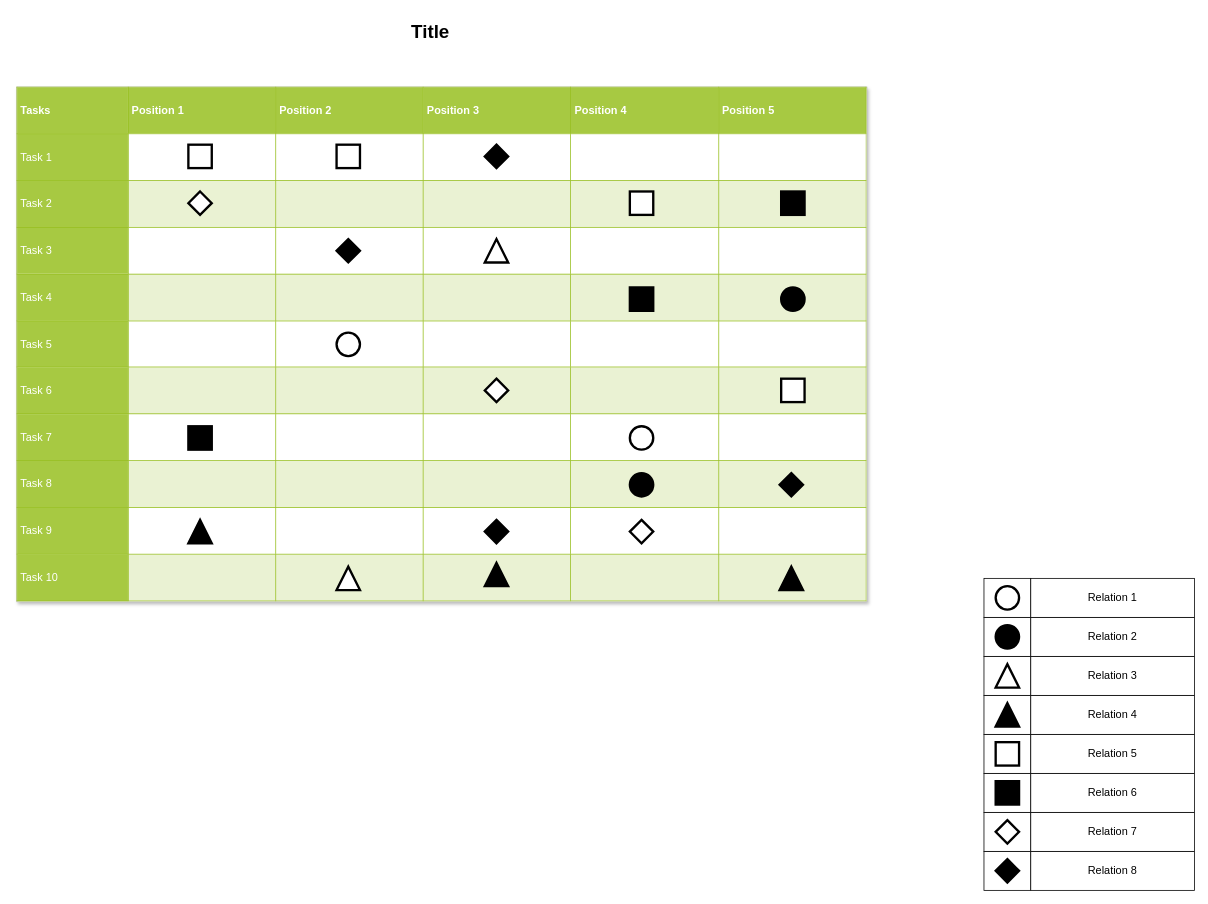
The draw.io diagram Untitled Diagram.drawio in Beal8/Pile-Face, before the edit. Source tidied: cells renumbered, new cells numbered last; positions are measured from the earlier drawing's top-left corner, leaving out a move shared by most shapes. Both pictures are drawn from the tidied source at 78%, with x=0, y=0 at pixel (16, 16).
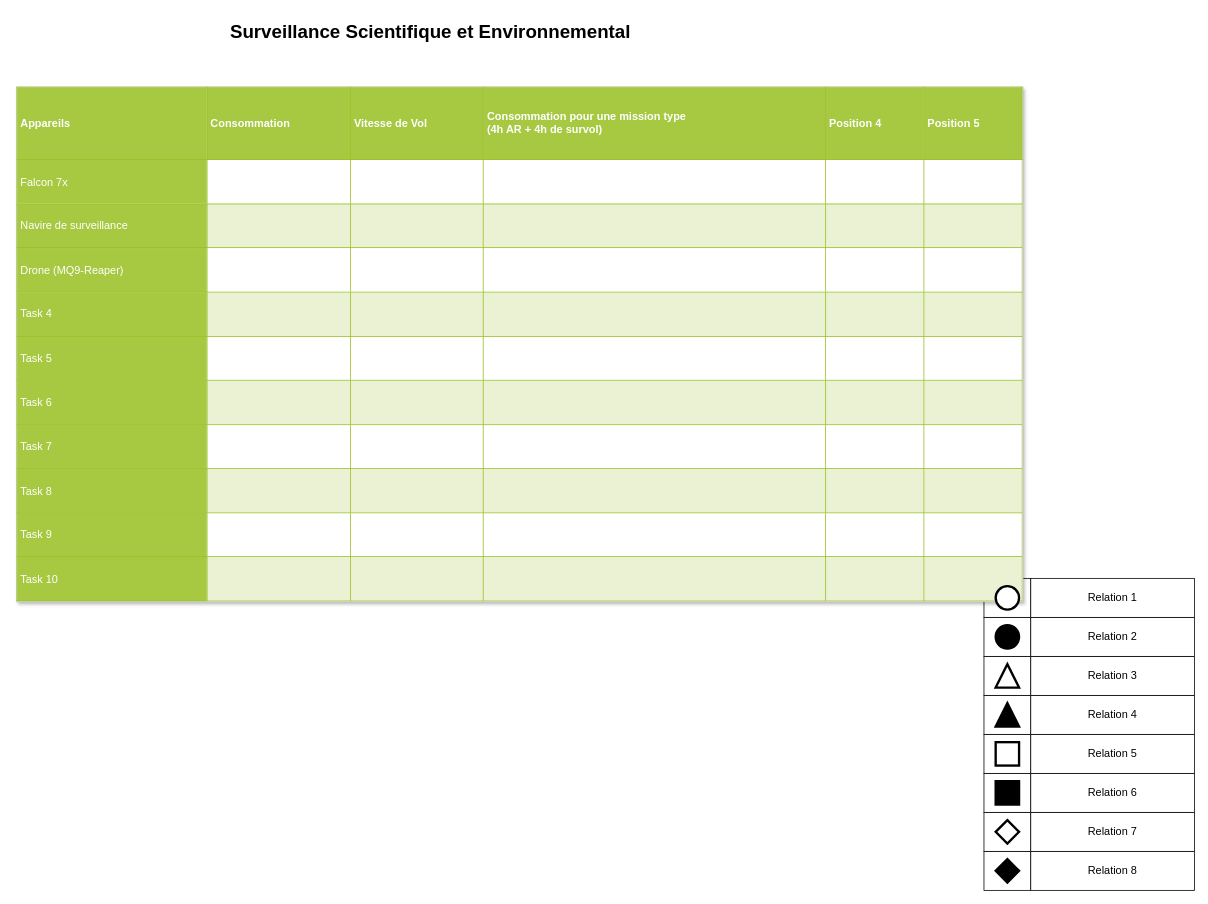
The same diagram, later.

The edit, as a diff of the source:
```diff
@@
-    <mxCell id="19" value="&lt;table border=&quot;1&quot; width=&quot;100%&quot; cellpadding=&quot;4&quot; style=&quot;width: 100% ; height: 100% ; border-collapse: collapse&quot;&gt;&lt;tbody&gt;&lt;tr style=&quot;background-color: #a7c942 ; color: #ffffff ; border: 1px solid #98bf21&quot;&gt;&lt;th&gt;Tasks&lt;/th&gt;&lt;th&gt;Position 1&lt;/th&gt;&lt;th&gt;Position 2&lt;/th&gt;&lt;th&gt;Position 3&lt;/th&gt;&lt;th&gt;Position 4&lt;/th&gt;&lt;th&gt;Position 5&lt;/th&gt;&lt;/tr&gt;&lt;tr style=&quot;border: 1px solid #98bf21&quot;&gt;&lt;td style=&quot;background-color: #a7c942 ; color: #ffffff ; border: 1px solid #98bf21&quot;&gt;Task 1&lt;/td&gt;&lt;td&gt;&lt;/td&gt;&lt;td&gt;&lt;/td&gt;&lt;td&gt;&lt;br&gt;&lt;/td&gt;&lt;td&gt;&lt;br&gt;&lt;/td&gt;&lt;td&gt;&lt;br&gt;&lt;/td&gt;&lt;/tr&gt;&lt;tr style=&quot;background-color: #eaf2d3 ; border: 1px solid #98bf21&quot;&gt;&lt;td style=&quot;background-color: #a7c942 ; color: #ffffff ; border: 1px solid #98bf21&quot;&gt;Task 2&lt;/td&gt;&lt;td&gt;&lt;/td&gt;&lt;td&gt;&lt;/td&gt;&lt;td&gt;&lt;br&gt;&lt;/td&gt;&lt;td&gt;&lt;br&gt;&lt;/td&gt;&lt;td&gt;&lt;br&gt;&lt;/td&gt;&lt;/tr&gt;&lt;tr style=&quot;border: 1px solid #98bf21&quot;&gt;&lt;td style=&quot;background-color: #a7c942 ; color: #ffffff ; border: 1px solid #98bf21&quot;&gt;Task 3&lt;/td&gt;&lt;td&gt;&lt;/td&gt;&lt;td&gt;&lt;/td&gt;&lt;td&gt;&lt;br&gt;&lt;/td&gt;&lt;td&gt;&lt;br&gt;&lt;/td&gt;&lt;td&gt;&lt;br&gt;&lt;/td&gt;&lt;/tr&gt;&lt;tr style=&quot;background-color: #eaf2d3 ; border: 1px solid #98bf21&quot;&gt;&lt;td style=&quot;background-color: #a7c942 ; color: #ffffff ; border: 1px solid #98bf21&quot;&gt;Task 4&lt;/td&gt;&lt;td&gt;&lt;/td&gt;&lt;td&gt;&lt;/td&gt;&lt;td&gt;&lt;br&gt;&lt;/td&gt;&lt;td&gt;&lt;br&gt;&lt;/td&gt;&lt;td&gt;&lt;br&gt;&lt;/td&gt;&lt;/tr&gt;&lt;tr style=&quot;border: 1px solid #98bf21&quot;&gt;&lt;td style=&quot;background-color: #a7c942 ; color: #ffffff ; border: 1px solid #98bf21&quot;&gt;Task 5&lt;br&gt;&lt;/td&gt;&lt;td&gt;&lt;br&gt;&lt;/td&gt;&lt;td&gt;&lt;br&gt;&lt;/td&gt;&lt;td&gt;&lt;br&gt;&lt;/td&gt;&lt;td&gt;&lt;br&gt;&lt;/td&gt;&lt;td&gt;&lt;br&gt;&lt;/td&gt;&lt;/tr&gt;&lt;tr style=&quot;background-color: #eaf2d3 ; border: 1px solid #98bf21&quot;&gt;&lt;td style=&quot;background-color: #a7c942 ; color: #ffffff ; border: 1px solid #98bf21&quot;&gt;Task 6&lt;br&gt;&lt;/td&gt;&lt;td&gt;&lt;br&gt;&lt;/td&gt;&lt;td&gt;&lt;br&gt;&lt;/td&gt;&lt;td&gt;&lt;br&gt;&lt;/td&gt;&lt;td&gt;&lt;br&gt;&lt;/td&gt;&lt;td&gt;&lt;br&gt;&lt;/td&gt;&lt;/tr&gt;&lt;tr style=&quot;border: 1px solid #98bf21&quot;&gt;&lt;td style=&quot;background-color: #a7c942 ; color: #ffffff ; border: 1px solid #98bf21&quot;&gt;Task 7&lt;br&gt;&lt;/td&gt;&lt;td&gt;&lt;br&gt;&lt;/td&gt;&lt;td&gt;&lt;br&gt;&lt;/td&gt;&lt;td&gt;&lt;br&gt;&lt;/td&gt;&lt;td&gt;&lt;br&gt;&lt;/td&gt;&lt;td&gt;&lt;br&gt;&lt;/td&gt;&lt;/tr&gt;&lt;tr style=&quot;background-color: #eaf2d3 ; border: 1px solid #98bf21&quot;&gt;&lt;td style=&quot;background-color: #a7c942 ; color: #ffffff ; border: 1px solid #98bf21&quot;&gt;Task 8&lt;br&gt;&lt;/td&gt;&lt;td&gt;&lt;br&gt;&lt;/td&gt;&lt;td&gt;&lt;br&gt;&lt;/td&gt;&lt;td&gt;&lt;br&gt;&lt;/td&gt;&lt;td&gt;&lt;br&gt;&lt;/td&gt;&lt;td&gt;&lt;br&gt;&lt;/td&gt;&lt;/tr&gt;&lt;tr style=&quot;border: 1px solid #98bf21&quot;&gt;&lt;td style=&quot;background-color: #a7c942 ; color: #ffffff ; border: 1px solid #98bf21&quot;&gt;Task 9&lt;br&gt;&lt;/td&gt;&lt;td&gt;&lt;br&gt;&lt;/td&gt;&lt;td&gt;&lt;br&gt;&lt;/td&gt;&lt;td&gt;&lt;br&gt;&lt;/td&gt;&lt;td&gt;&lt;br&gt;&lt;/td&gt;&lt;td&gt;&lt;br&gt;&lt;/td&gt;&lt;/tr&gt;&lt;tr style=&quot;background-color: #eaf2d3 ; border: 1px solid #98bf21&quot;&gt;&lt;td style=&quot;background-color: #a7c942 ; color: #ffffff ; border: 1px solid #98bf21&quot;&gt;Task 10&lt;br&gt;&lt;/td&gt;&lt;td&gt;&lt;br&gt;&lt;/td&gt;&lt;td&gt;&lt;br&gt;&lt;/td&gt;&lt;td&gt;&lt;br&gt;&lt;/td&gt;&lt;td&gt;&lt;br&gt;&lt;/td&gt;&lt;td&gt;&lt;br&gt;&lt;/td&gt;&lt;/tr&gt;&lt;/tbody&gt;&lt;/table&gt;" style="text;html=1;strokeColor=#c0c0c0;fillColor=#ffffff;overflow=fill;rounded=0;shadow=1;fontSize=14;fontColor=#000000;" parent="1" vertex="1">
-      <mxGeometry y="90" width="1090" height="660" as="geometry" />
+    <mxCell id="19" value="&lt;table border=&quot;1&quot; width=&quot;100%&quot; cellpadding=&quot;4&quot; style=&quot;width: 100% ; height: 100% ; border-collapse: collapse&quot;&gt;&lt;tbody&gt;&lt;tr style=&quot;background-color: #a7c942 ; color: #ffffff ; border: 1px solid #98bf21&quot;&gt;&lt;th&gt;Appareils&lt;/th&gt;&lt;th&gt;Consommation&lt;/th&gt;&lt;th&gt;Vitesse de Vol&lt;br&gt;&lt;/th&gt;&lt;th&gt;Consommation pour une mission type &lt;br&gt;(4h AR + 4h de survol)&lt;br&gt;&lt;/th&gt;&lt;th&gt;Position 4&lt;/th&gt;&lt;th&gt;Position 5&lt;/th&gt;&lt;/tr&gt;&lt;tr style=&quot;border: 1px solid #98bf21&quot;&gt;&lt;td style=&quot;background-color: #a7c942 ; color: #ffffff ; border: 1px solid #98bf21&quot;&gt;Falcon 7x&lt;br&gt;&lt;/td&gt;&lt;td&gt;&lt;/td&gt;&lt;td&gt;&lt;/td&gt;&lt;td&gt;&lt;br&gt;&lt;/td&gt;&lt;td&gt;&lt;br&gt;&lt;/td&gt;&lt;td&gt;&lt;br&gt;&lt;/td&gt;&lt;/tr&gt;&lt;tr style=&quot;background-color: #eaf2d3 ; border: 1px solid #98bf21&quot;&gt;&lt;td style=&quot;background-color: #a7c942 ; color: #ffffff ; border: 1px solid #98bf21&quot;&gt;Navire de surveillance&lt;br&gt;&lt;/td&gt;&lt;td&gt;&lt;/td&gt;&lt;td&gt;&lt;/td&gt;&lt;td&gt;&lt;br&gt;&lt;/td&gt;&lt;td&gt;&lt;br&gt;&lt;/td&gt;&lt;td&gt;&lt;br&gt;&lt;/td&gt;&lt;/tr&gt;&lt;tr style=&quot;border: 1px solid #98bf21&quot;&gt;&lt;td style=&quot;background-color: #a7c942 ; color: #ffffff ; border: 1px solid #98bf21&quot;&gt;Drone (MQ9-Reaper)&lt;br&gt;&lt;/td&gt;&lt;td&gt;&lt;/td&gt;&lt;td&gt;&lt;/td&gt;&lt;td&gt;&lt;br&gt;&lt;/td&gt;&lt;td&gt;&lt;br&gt;&lt;/td&gt;&lt;td&gt;&lt;br&gt;&lt;/td&gt;&lt;/tr&gt;&lt;tr style=&quot;background-color: #eaf2d3 ; border: 1px solid #98bf21&quot;&gt;&lt;td style=&quot;background-color: #a7c942 ; color: #ffffff ; border: 1px solid #98bf21&quot;&gt;Task 4&lt;/td&gt;&lt;td&gt;&lt;/td&gt;&lt;td&gt;&lt;/td&gt;&lt;td&gt;&lt;br&gt;&lt;/td&gt;&lt;td&gt;&lt;br&gt;&lt;/td&gt;&lt;td&gt;&lt;br&gt;&lt;/td&gt;&lt;/tr&gt;&lt;tr style=&quot;border: 1px solid #98bf21&quot;&gt;&lt;td style=&quot;background-color: #a7c942 ; color: #ffffff ; border: 1px solid #98bf21&quot;&gt;Task 5&lt;br&gt;&lt;/td&gt;&lt;td&gt;&lt;br&gt;&lt;/td&gt;&lt;td&gt;&lt;br&gt;&lt;/td&gt;&lt;td&gt;&lt;br&gt;&lt;/td&gt;&lt;td&gt;&lt;br&gt;&lt;/td&gt;&lt;td&gt;&lt;br&gt;&lt;/td&gt;&lt;/tr&gt;&lt;tr style=&quot;background-color: #eaf2d3 ; border: 1px solid #98bf21&quot;&gt;&lt;td style=&quot;background-color: #a7c942 ; color: #ffffff ; border: 1px solid #98bf21&quot;&gt;Task 6&lt;br&gt;&lt;/td&gt;&lt;td&gt;&lt;br&gt;&lt;/td&gt;&lt;td&gt;&lt;br&gt;&lt;/td&gt;&lt;td&gt;&lt;br&gt;&lt;/td&gt;&lt;td&gt;&lt;br&gt;&lt;/td&gt;&lt;td&gt;&lt;br&gt;&lt;/td&gt;&lt;/tr&gt;&lt;tr style=&quot;border: 1px solid #98bf21&quot;&gt;&lt;td style=&quot;background-color: #a7c942 ; color: #ffffff ; border: 1px solid #98bf21&quot;&gt;Task 7&lt;br&gt;&lt;/td&gt;&lt;td&gt;&lt;br&gt;&lt;/td&gt;&lt;td&gt;&lt;br&gt;&lt;/td&gt;&lt;td&gt;&lt;br&gt;&lt;/td&gt;&lt;td&gt;&lt;br&gt;&lt;/td&gt;&lt;td&gt;&lt;br&gt;&lt;/td&gt;&lt;/tr&gt;&lt;tr style=&quot;background-color: #eaf2d3 ; border: 1px solid #98bf21&quot;&gt;&lt;td style=&quot;background-color: #a7c942 ; color: #ffffff ; border: 1px solid #98bf21&quot;&gt;Task 8&lt;br&gt;&lt;/td&gt;&lt;td&gt;&lt;br&gt;&lt;/td&gt;&lt;td&gt;&lt;br&gt;&lt;/td&gt;&lt;td&gt;&lt;br&gt;&lt;/td&gt;&lt;td&gt;&lt;br&gt;&lt;/td&gt;&lt;td&gt;&lt;br&gt;&lt;/td&gt;&lt;/tr&gt;&lt;tr style=&quot;border: 1px solid #98bf21&quot;&gt;&lt;td style=&quot;background-color: #a7c942 ; color: #ffffff ; border: 1px solid #98bf21&quot;&gt;Task 9&lt;br&gt;&lt;/td&gt;&lt;td&gt;&lt;br&gt;&lt;/td&gt;&lt;td&gt;&lt;br&gt;&lt;/td&gt;&lt;td&gt;&lt;br&gt;&lt;/td&gt;&lt;td&gt;&lt;br&gt;&lt;/td&gt;&lt;td&gt;&lt;br&gt;&lt;/td&gt;&lt;/tr&gt;&lt;tr style=&quot;background-color: #eaf2d3 ; border: 1px solid #98bf21&quot;&gt;&lt;td style=&quot;background-color: #a7c942 ; color: #ffffff ; border: 1px solid #98bf21&quot;&gt;Task 10&lt;br&gt;&lt;/td&gt;&lt;td&gt;&lt;br&gt;&lt;/td&gt;&lt;td&gt;&lt;br&gt;&lt;/td&gt;&lt;td&gt;&lt;br&gt;&lt;/td&gt;&lt;td&gt;&lt;br&gt;&lt;/td&gt;&lt;td&gt;&lt;br&gt;&lt;/td&gt;&lt;/tr&gt;&lt;/tbody&gt;&lt;/table&gt;" style="text;html=1;strokeColor=#c0c0c0;fillColor=#ffffff;overflow=fill;rounded=0;shadow=1;fontSize=14;fontColor=#000000;" parent="1" vertex="1">
+      <mxGeometry y="90" width="1290" height="660" as="geometry" />
     </mxCell>
-    <mxCell id="20" value="Title" style="text;strokeColor=none;fillColor=none;html=1;fontSize=24;fontStyle=1;verticalAlign=middle;align=center;rounded=0;shadow=1;" parent="1" vertex="1">
+    <mxCell id="20" value="Surveillance Scientifique et Environnemental" style="text;strokeColor=none;fillColor=none;html=1;fontSize=24;fontStyle=1;verticalAlign=middle;align=center;rounded=0;shadow=1;" parent="1" vertex="1">
       <mxGeometry x="140" width="780" height="40" as="geometry" />
     </mxCell>
@@
-    <mxCell id="28" style="ellipse;whiteSpace=wrap;html=1;rounded=0;shadow=0;strokeWidth=3;fontSize=14;" parent="1" vertex="1">
-      <mxGeometry x="786" y="525" width="30" height="30" as="geometry" />
-    </mxCell>
-    <mxCell id="29" style="ellipse;whiteSpace=wrap;html=1;rounded=0;shadow=0;strokeWidth=3;fontSize=14;" parent="1" vertex="1">
-      <mxGeometry x="410" y="405" width="30" height="30" as="geometry" />
-    </mxCell>
-    <mxCell id="30" style="ellipse;whiteSpace=wrap;html=1;rounded=0;shadow=0;strokeWidth=3;fontSize=14;fillColor=#000000;" parent="1" vertex="1">
-      <mxGeometry x="980" y="347" width="30" height="30" as="geometry" />
-    </mxCell>
-    <mxCell id="31" style="ellipse;whiteSpace=wrap;html=1;rounded=0;shadow=0;strokeWidth=3;fontSize=14;fillColor=#000000;" parent="1" vertex="1">
-      <mxGeometry x="786" y="585" width="30" height="30" as="geometry" />
-    </mxCell>
-    <mxCell id="32" style="triangle;whiteSpace=wrap;html=1;rounded=0;shadow=0;strokeWidth=3;fontSize=14;direction=north;" parent="1" vertex="1">
-      <mxGeometry x="410" y="705" width="30" height="30" as="geometry" />
-    </mxCell>
-    <mxCell id="33" style="triangle;whiteSpace=wrap;html=1;rounded=0;shadow=0;strokeWidth=3;fontSize=14;direction=north;" parent="1" vertex="1">
-      <mxGeometry x="600" y="285" width="30" height="30" as="geometry" />
-    </mxCell>
-    <mxCell id="34" style="triangle;whiteSpace=wrap;html=1;rounded=0;shadow=0;strokeWidth=3;fillColor=#000000;fontSize=14;direction=north;" parent="1" vertex="1">
-      <mxGeometry x="978" y="705" width="30" height="30" as="geometry" />
-    </mxCell>
-    <mxCell id="35" style="triangle;whiteSpace=wrap;html=1;rounded=0;shadow=0;strokeWidth=3;fillColor=#000000;fontSize=14;direction=north;" parent="1" vertex="1">
-      <mxGeometry x="600" y="700" width="30" height="30" as="geometry" />
-    </mxCell>
-    <mxCell id="36" style="triangle;whiteSpace=wrap;html=1;rounded=0;shadow=0;strokeWidth=3;fillColor=#000000;fontSize=14;direction=north;" parent="1" vertex="1">
-      <mxGeometry x="220" y="645" width="30" height="30" as="geometry" />
-    </mxCell>
-    <mxCell id="37" style="whiteSpace=wrap;html=1;rounded=0;shadow=0;strokeWidth=3;fontSize=14;" parent="1" vertex="1">
-      <mxGeometry x="220" y="164" width="30" height="30" as="geometry" />
-    </mxCell>
-    <mxCell id="38" style="whiteSpace=wrap;html=1;rounded=0;shadow=0;strokeWidth=3;fontSize=14;" parent="1" vertex="1">
-      <mxGeometry x="410" y="164" width="30" height="30" as="geometry" />
-    </mxCell>
-    <mxCell id="39" style="whiteSpace=wrap;html=1;rounded=0;shadow=0;strokeWidth=3;fontSize=14;" parent="1" vertex="1">
-      <mxGeometry x="786" y="224" width="30" height="30" as="geometry" />
-    </mxCell>
-    <mxCell id="40" style="whiteSpace=wrap;html=1;rounded=0;shadow=0;strokeWidth=3;fillColor=#ffffff;fontSize=14;" parent="1" vertex="1">
-      <mxGeometry x="980" y="464" width="30" height="30" as="geometry" />
-    </mxCell>
-    <mxCell id="41" style="whiteSpace=wrap;html=1;rounded=0;shadow=0;strokeWidth=3;fillColor=#000000;fontSize=14;" parent="1" vertex="1">
-      <mxGeometry x="220" y="525" width="30" height="30" as="geometry" />
-    </mxCell>
-    <mxCell id="42" style="whiteSpace=wrap;html=1;rounded=0;shadow=0;strokeWidth=3;fillColor=#000000;fontSize=14;" parent="1" vertex="1">
-      <mxGeometry x="786" y="347" width="30" height="30" as="geometry" />
-    </mxCell>
-    <mxCell id="43" style="whiteSpace=wrap;html=1;rounded=0;shadow=0;strokeWidth=3;fillColor=#000000;fontSize=14;" parent="1" vertex="1">
-      <mxGeometry x="980" y="224" width="30" height="30" as="geometry" />
-    </mxCell>
-    <mxCell id="44" style="rhombus;whiteSpace=wrap;html=1;rounded=0;shadow=0;strokeWidth=3;fontSize=14;" parent="1" vertex="1">
-      <mxGeometry x="600" y="464" width="30" height="30" as="geometry" />
-    </mxCell>
-    <mxCell id="45" style="rhombus;whiteSpace=wrap;html=1;rounded=0;shadow=0;strokeWidth=3;fontSize=14;" parent="1" vertex="1">
-      <mxGeometry x="220" y="224" width="30" height="30" as="geometry" />
-    </mxCell>
-    <mxCell id="46" style="rhombus;whiteSpace=wrap;html=1;rounded=0;shadow=0;strokeWidth=3;fontSize=14;" parent="1" vertex="1">
-      <mxGeometry x="786" y="645" width="30" height="30" as="geometry" />
-    </mxCell>
-    <mxCell id="47" style="rhombus;whiteSpace=wrap;html=1;rounded=0;shadow=0;strokeWidth=3;fillColor=#000000;fontSize=14;" parent="1" vertex="1">
-      <mxGeometry x="978" y="585" width="30" height="30" as="geometry" />
-    </mxCell>
-    <mxCell id="48" style="rhombus;whiteSpace=wrap;html=1;rounded=0;shadow=0;strokeWidth=3;fillColor=#000000;fontSize=14;" parent="1" vertex="1">
-      <mxGeometry x="410" y="285" width="30" height="30" as="geometry" />
-    </mxCell>
-    <mxCell id="49" style="rhombus;whiteSpace=wrap;html=1;rounded=0;shadow=0;strokeWidth=3;fillColor=#000000;fontSize=14;" parent="1" vertex="1">
-      <mxGeometry x="600" y="164" width="30" height="30" as="geometry" />
-    </mxCell>
-    <mxCell id="50" style="rhombus;whiteSpace=wrap;html=1;rounded=0;shadow=0;strokeWidth=3;fillColor=#000000;fontSize=14;" parent="1" vertex="1">
-      <mxGeometry x="600" y="645" width="30" height="30" as="geometry" />
-    </mxCell>
```
